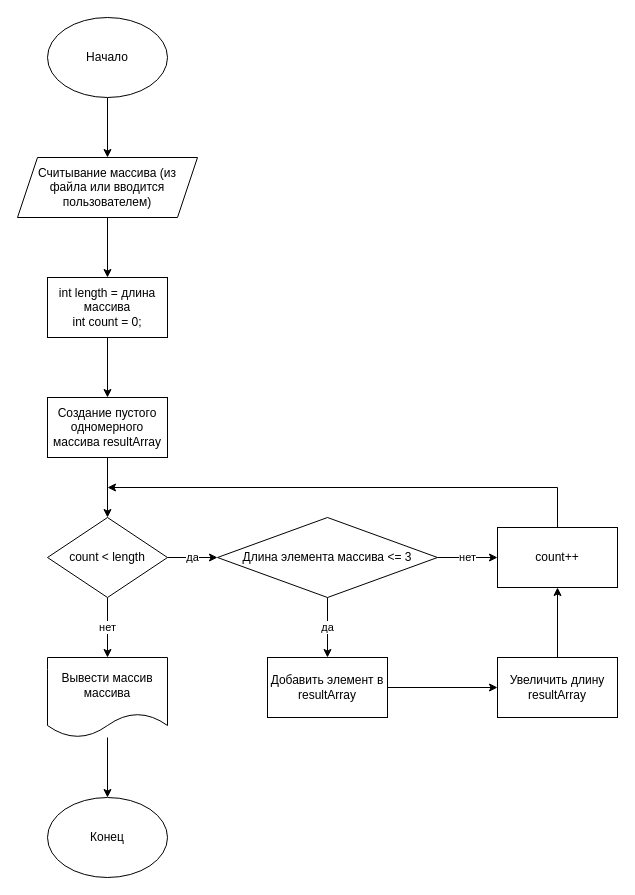
Earlier version of the draw.io diagram FVW_schema_V1.1.drawio (Roman0708/FVW). Source tidied: cells renumbered, new cells numbered last; positions are measured from the earlier drawing's top-left corner, leaving out a move shared by most shapes. Both pictures are drawn from the tidied source at 100%, with x=0, y=0 at pixel (17, 17).
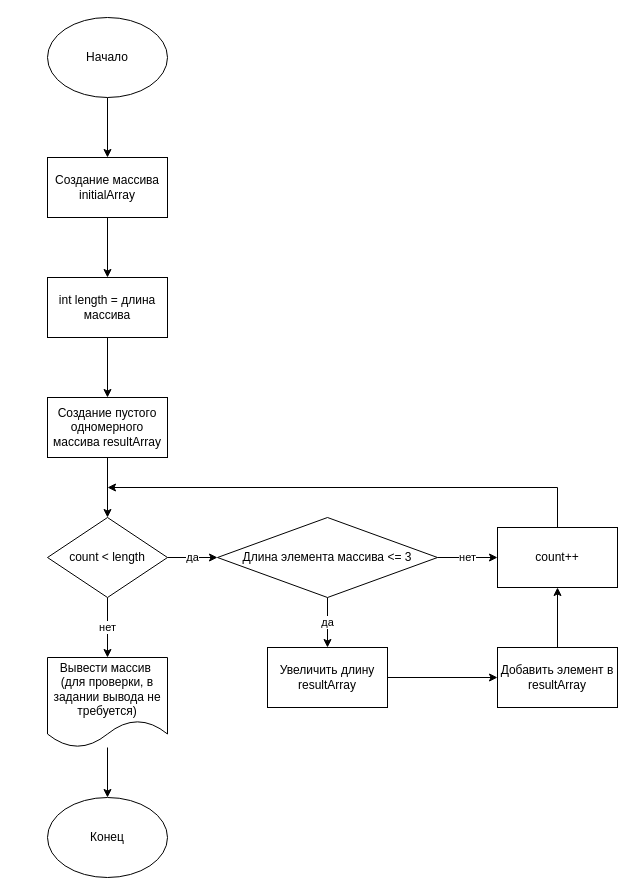
The same page after the edit.

Commit message:
Schema modified after tests

Unchanged cells that the change refers to:
```xml
<mxCell id="3" value="Начало" style="ellipse;whiteSpace=wrap;html=1;" parent="1" vertex="1">
  <mxGeometry x="30" width="120" height="80" as="geometry" />
</mxCell>
<mxCell id="9" value="Длина элемента массива &amp;lt;= 3" style="rhombus;whiteSpace=wrap;html=1;" parent="1" vertex="1">
  <mxGeometry x="200" y="500" width="220" height="80" as="geometry" />
</mxCell>
<mxCell id="22" value="count++" style="rounded=0;whiteSpace=wrap;html=1;" parent="1" vertex="1">
  <mxGeometry x="480" y="510" width="120" height="60" as="geometry" />
</mxCell>
```

Diff of the diagram source:
```diff
@@
-    <mxCell id="2" style="edgeStyle=orthogonalEdgeStyle;rounded=0;jettySize=auto;html=1;entryX=0.5;entryY=0;entryDx=0;entryDy=0;" parent="1" edge="1" source="3" target="13">
-      <mxGeometry relative="1" as="geometry" />
-    </mxCell>
+    <mxCell id="25" style="edgeStyle=orthogonalEdgeStyle;rounded=0;jettySize=auto;html=1;entryX=0.5;entryY=0;entryDx=0;entryDy=0;" parent="1" edge="1" source="3" target="29">
+      <mxGeometry relative="1" as="geometry" />
+    </mxCell>
@@
-    <mxCell id="6" value="Вывести массив массива" style="shape=document;whiteSpace=wrap;html=1;boundedLbl=1;" parent="1" vertex="1">
-      <mxGeometry x="30" y="640" width="120" height="80" as="geometry" />
+    <mxCell id="6" value="Вывести массив&amp;nbsp;&lt;br&gt;(для проверки, в задании вывода не требуется)" style="shape=document;whiteSpace=wrap;html=1;boundedLbl=1;" parent="1" vertex="1">
+      <mxGeometry x="30" y="640" width="120" height="90" as="geometry" />
     </mxCell>
+    <mxCell id="8" value="нет" style="edgeStyle=orthogonalEdgeStyle;rounded=0;jettySize=auto;html=1;entryX=0;entryY=0.5;entryDx=0;entryDy=0;" parent="1" edge="1" source="9" target="22">
+      <mxGeometry relative="1" as="geometry" />
+    </mxCell>
-    <mxCell id="7" value="да" style="edgeStyle=orthogonalEdgeStyle;rounded=0;jettySize=auto;html=1;entryX=0.5;entryY=0;entryDx=0;entryDy=0;" parent="1" edge="1" source="9" target="20">
+    <mxCell id="7" value="да" style="edgeStyle=orthogonalEdgeStyle;rounded=0;jettySize=auto;html=1;entryX=0.5;entryY=0;entryDx=0;entryDy=0;" parent="1" edge="1" source="9" target="24">
       <mxGeometry relative="1" as="geometry" />
     </mxCell>
-    <mxCell id="8" value="нет" style="edgeStyle=orthogonalEdgeStyle;rounded=0;jettySize=auto;html=1;entryX=0;entryY=0.5;entryDx=0;entryDy=0;" parent="1" edge="1" source="9" target="22">
-      <mxGeometry relative="1" as="geometry" />
-    </mxCell>
@@
-    <mxCell id="11" value="int length = длина массива&lt;br&gt;int count = 0;" style="rounded=0;whiteSpace=wrap;html=1;" parent="1" vertex="1">
+    <mxCell id="11" value="int length = длина массива" style="rounded=0;whiteSpace=wrap;html=1;" parent="1" vertex="1">
       <mxGeometry x="30" y="260" width="120" height="60" as="geometry" />
     </mxCell>
-    <mxCell id="12" style="edgeStyle=orthogonalEdgeStyle;rounded=0;jettySize=auto;html=1;entryX=0.5;entryY=0;entryDx=0;entryDy=0;" parent="1" edge="1" source="13" target="11">
-      <mxGeometry relative="1" as="geometry" />
-    </mxCell>
-    <mxCell id="13" value="Считывание массива (из файла или вводится пользователем)" style="shape=parallelogram;perimeter=parallelogramPerimeter;whiteSpace=wrap;html=1;fixedSize=1;" parent="1" vertex="1">
-      <mxGeometry y="140" width="180" height="60" as="geometry" />
-    </mxCell>
@@
-    <mxCell id="19" style="edgeStyle=orthogonalEdgeStyle;rounded=0;jettySize=auto;html=1;entryX=0;entryY=0.5;entryDx=0;entryDy=0;" parent="1" edge="1" source="20" target="24">
-      <mxGeometry relative="1" as="geometry" />
-    </mxCell>
+    <mxCell id="26" style="edgeStyle=orthogonalEdgeStyle;rounded=0;jettySize=auto;html=1;entryX=0.5;entryY=1;entryDx=0;entryDy=0;" parent="1" edge="1" source="20" target="22">
+      <mxGeometry relative="1" as="geometry" />
+    </mxCell>
     <mxCell id="20" value="Добавить элемент в resultArray" style="rounded=0;whiteSpace=wrap;html=1;" parent="1" vertex="1">
-      <mxGeometry x="250" y="640" width="120" height="60" as="geometry" />
+      <mxGeometry x="480" y="630" width="120" height="60" as="geometry" />
     </mxCell>
@@
-    <mxCell id="23" style="edgeStyle=orthogonalEdgeStyle;rounded=0;jettySize=auto;html=1;entryX=0.5;entryY=1;entryDx=0;entryDy=0;" parent="1" edge="1" source="24" target="22">
-      <mxGeometry relative="1" as="geometry" />
-    </mxCell>
+    <mxCell id="27" style="edgeStyle=orthogonalEdgeStyle;rounded=0;jettySize=auto;html=1;entryX=0;entryY=0.5;entryDx=0;entryDy=0;" parent="1" edge="1" source="24" target="20">
+      <mxGeometry relative="1" as="geometry" />
+    </mxCell>
     <mxCell id="24" value="Увеличить длину resultArray" style="rounded=0;whiteSpace=wrap;html=1;" parent="1" vertex="1">
-      <mxGeometry x="480" y="640" width="120" height="60" as="geometry" />
+      <mxGeometry x="250" y="630" width="120" height="60" as="geometry" />
     </mxCell>
+    <mxCell id="28" style="edgeStyle=orthogonalEdgeStyle;rounded=0;jettySize=auto;html=1;exitX=0.5;exitY=1;exitDx=0;exitDy=0;entryX=0.5;entryY=0;entryDx=0;entryDy=0;" parent="1" edge="1" source="29" target="11">
+      <mxGeometry relative="1" as="geometry" />
+    </mxCell>
+    <mxCell id="29" value="Создание массива initialArray" style="rounded=0;whiteSpace=wrap;html=1;" parent="1" vertex="1">
+      <mxGeometry x="30" y="140" width="120" height="60" as="geometry" />
+    </mxCell>
```
